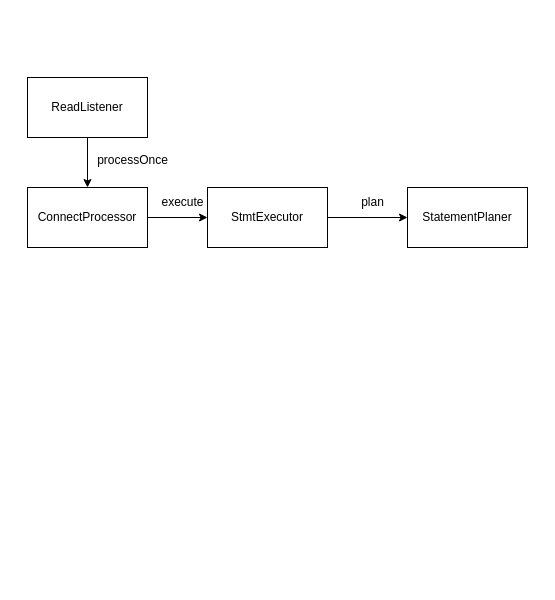
Earlier version of the draw.io diagram fe_sql_analyze.drawio (zhangge111/starrocks_rcode). Source tidied: cells renumbered, new cells numbered last; positions are measured from the earlier drawing's top-left corner, leaving out a move shared by most shapes. Both pictures are drawn from the tidied source at 100%, with x=0, y=0 at pixel (27, 77).
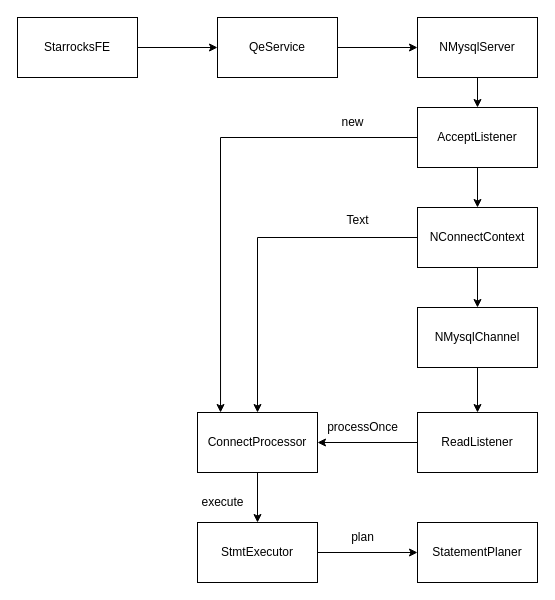
The same diagram, later.

The edit, as a diff of the source:
```diff
@@
     <mxCell id="3" value="StmtExecutor" style="rounded=0;whiteSpace=wrap;html=1;" parent="1" vertex="1">
-      <mxGeometry x="180" y="110" width="120" height="60" as="geometry" />
+      <mxGeometry x="170" y="445" width="120" height="60" as="geometry" />
     </mxCell>
     <mxCell id="4" value="StatementPlaner" style="rounded=0;whiteSpace=wrap;html=1;" parent="1" vertex="1">
-      <mxGeometry x="380" y="110" width="120" height="60" as="geometry" />
+      <mxGeometry x="390" y="445" width="120" height="60" as="geometry" />
     </mxCell>
     <mxCell id="5" value="plan" style="text;html=1;align=center;verticalAlign=middle;strokeColor=none;fillColor=none;" parent="1" vertex="1">
-      <mxGeometry x="320" y="110" width="50" height="30" as="geometry" />
+      <mxGeometry x="310" y="445" width="50" height="30" as="geometry" />
     </mxCell>
@@
     <mxCell id="7" value="ConnectProcessor" style="rounded=0;whiteSpace=wrap;html=1;" parent="1" vertex="1">
-      <mxGeometry y="110" width="120" height="60" as="geometry" />
+      <mxGeometry x="170" y="335" width="120" height="60" as="geometry" />
     </mxCell>
     <mxCell id="8" value="execute" style="text;html=1;align=center;verticalAlign=middle;strokeColor=none;fillColor=none;" parent="1" vertex="1">
-      <mxGeometry x="120" y="110" width="70" height="30" as="geometry" />
+      <mxGeometry x="160" y="410" width="70" height="30" as="geometry" />
     </mxCell>
-    <mxCell id="9" style="edgeStyle=orthogonalEdgeStyle;rounded=0;jettySize=auto;html=1;entryX=0.5;entryY=0;entryDx=0;entryDy=0;" parent="1" edge="1" source="10" target="7">
+    <mxCell id="9" style="edgeStyle=orthogonalEdgeStyle;rounded=0;jettySize=auto;html=1;entryX=1;entryY=0.5;entryDx=0;entryDy=0;" parent="1" edge="1" source="10" target="7">
       <mxGeometry relative="1" as="geometry" />
     </mxCell>
     <mxCell id="10" value="ReadListener" style="rounded=0;whiteSpace=wrap;html=1;" parent="1" vertex="1">
-      <mxGeometry width="120" height="60" as="geometry" />
+      <mxGeometry x="390" y="335" width="120" height="60" as="geometry" />
     </mxCell>
     <mxCell id="11" value="processOnce" style="text;html=1;align=center;verticalAlign=middle;strokeColor=none;fillColor=none;" parent="1" vertex="1">
-      <mxGeometry x="60" y="68" width="90" height="30" as="geometry" />
+      <mxGeometry x="290" y="335" width="90" height="30" as="geometry" />
     </mxCell>
+    <mxCell id="12" style="edgeStyle=orthogonalEdgeStyle;rounded=0;jettySize=auto;html=1;" parent="1" edge="1" source="13" target="15">
+      <mxGeometry relative="1" as="geometry" />
+    </mxCell>
+    <mxCell id="13" value="StarrocksFE" style="rounded=0;whiteSpace=wrap;html=1;" parent="1" vertex="1">
+      <mxGeometry x="-10" y="-60" width="120" height="60" as="geometry" />
+    </mxCell>
+    <mxCell id="14" style="edgeStyle=orthogonalEdgeStyle;rounded=0;jettySize=auto;html=1;" parent="1" edge="1" source="15" target="17">
+      <mxGeometry relative="1" as="geometry" />
+    </mxCell>
+    <mxCell id="15" value="QeService" style="rounded=0;whiteSpace=wrap;html=1;" parent="1" vertex="1">
+      <mxGeometry x="190" y="-60" width="120" height="60" as="geometry" />
+    </mxCell>
+    <mxCell id="16" style="edgeStyle=orthogonalEdgeStyle;rounded=0;jettySize=auto;html=1;" parent="1" edge="1" source="17" target="20">
+      <mxGeometry relative="1" as="geometry" />
+    </mxCell>
+    <mxCell id="17" value="NMysqlServer" style="rounded=0;whiteSpace=wrap;html=1;" parent="1" vertex="1">
+      <mxGeometry x="390" y="-60" width="120" height="60" as="geometry" />
+    </mxCell>
+    <mxCell id="18" style="edgeStyle=orthogonalEdgeStyle;rounded=0;jettySize=auto;html=1;" parent="1" edge="1" source="20" target="23">
+      <mxGeometry relative="1" as="geometry">
+        <Array as="points">
+          <mxPoint x="450" y="90" />
+          <mxPoint x="450" y="90" />
+        </Array>
+      </mxGeometry>
+    </mxCell>
+    <mxCell id="19" style="edgeStyle=orthogonalEdgeStyle;rounded=0;jettySize=auto;html=1;entryX=0.192;entryY=0;entryDx=0;entryDy=0;entryPerimeter=0;" parent="1" edge="1" source="20" target="7">
+      <mxGeometry relative="1" as="geometry" />
+    </mxCell>
+    <mxCell id="20" value="AcceptListener" style="rounded=0;whiteSpace=wrap;html=1;" parent="1" vertex="1">
+      <mxGeometry x="390" y="30" width="120" height="60" as="geometry" />
+    </mxCell>
+    <mxCell id="21" style="edgeStyle=orthogonalEdgeStyle;rounded=0;jettySize=auto;html=1;entryX=0.5;entryY=0;entryDx=0;entryDy=0;" parent="1" edge="1" source="23" target="7">
+      <mxGeometry relative="1" as="geometry" />
+    </mxCell>
+    <mxCell id="22" style="edgeStyle=orthogonalEdgeStyle;rounded=0;jettySize=auto;html=1;" parent="1" edge="1" source="23" target="27">
+      <mxGeometry relative="1" as="geometry" />
+    </mxCell>
+    <mxCell id="23" value="NConnectContext" style="rounded=0;whiteSpace=wrap;html=1;" parent="1" vertex="1">
+      <mxGeometry x="390" y="130" width="120" height="60" as="geometry" />
+    </mxCell>
+    <mxCell id="24" value="new" style="text;html=1;align=center;verticalAlign=middle;strokeColor=none;fillColor=none;" parent="1" vertex="1">
+      <mxGeometry x="300" y="30" width="50" height="30" as="geometry" />
+    </mxCell>
+    <mxCell id="25" value="Text" style="text;html=1;align=center;verticalAlign=middle;strokeColor=none;fillColor=none;" parent="1" vertex="1">
+      <mxGeometry x="305" y="128" width="50" height="30" as="geometry" />
+    </mxCell>
+    <mxCell id="26" style="edgeStyle=orthogonalEdgeStyle;rounded=0;jettySize=auto;html=1;entryX=0.5;entryY=0;entryDx=0;entryDy=0;" parent="1" edge="1" source="27" target="10">
+      <mxGeometry relative="1" as="geometry" />
+    </mxCell>
+    <mxCell id="27" value="NMysqlChannel" style="rounded=0;whiteSpace=wrap;html=1;" parent="1" vertex="1">
+      <mxGeometry x="390" y="230" width="120" height="60" as="geometry" />
+    </mxCell>
```
